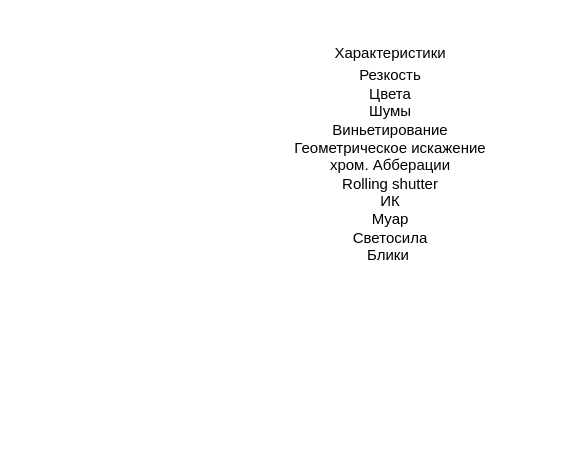
Learn0HTMLJS/Camera_tester_group1 keeps this draw.io diagram as Общая доска.drawio. Above is the earlier version. Source tidied: cells renumbered, new cells numbered last; positions are measured from the earlier drawing's top-left corner, leaving out a move shared by most shapes. Both pictures are drawn from the tidied source at 125%, with x=0, y=0 at pixel (221, 21).
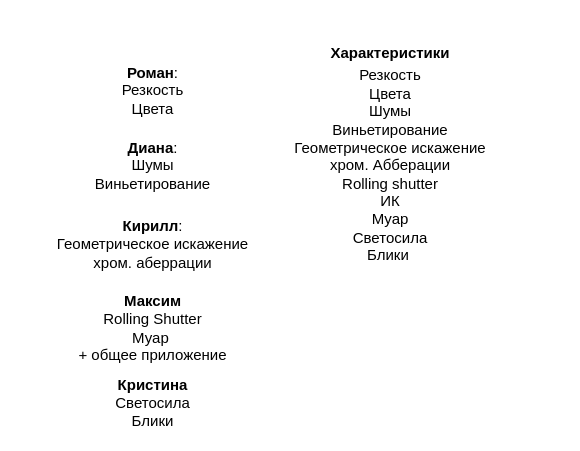
The same page after the edit.

Diff of the diagram source:
```diff
@@
 <mxGraphModel>
   <root>
     <mxCell id="0" />
     <mxCell id="1" parent="0" />
-    <mxCell id="2" value="Характеристики" style="text;html=1;align=center;verticalAlign=middle;whiteSpace=wrap;rounded=0;" parent="1" vertex="1">
+    <mxCell id="2" value="&lt;b&gt;Характеристики&lt;/b&gt;" style="text;html=1;align=center;verticalAlign=middle;whiteSpace=wrap;rounded=0;" parent="1" vertex="1">
       <mxGeometry x="75" y="10" width="120" height="30" as="geometry" />
     </mxCell>
     <mxCell id="3" value="Резкость&lt;div&gt;Цвета&lt;/div&gt;&lt;div&gt;Шумы&lt;/div&gt;&lt;div&gt;Виньетирование&lt;/div&gt;&lt;div&gt;Геометрическое искажение&lt;/div&gt;&lt;div&gt;хром. Абберации&lt;/div&gt;&lt;div&gt;Rolling shutter&lt;/div&gt;&lt;div&gt;ИК&lt;/div&gt;&lt;div&gt;Муар&lt;/div&gt;&lt;div&gt;Светосила&lt;/div&gt;&lt;div&gt;Блики&amp;nbsp;&lt;/div&gt;" style="text;html=1;align=center;verticalAlign=middle;whiteSpace=wrap;rounded=0;" parent="1" vertex="1">
       <mxGeometry width="270" height="230" as="geometry" />
     </mxCell>
+    <mxCell id="4" value="&lt;b&gt;Роман&lt;/b&gt;:&lt;div&gt;Резкость&lt;/div&gt;&lt;div&gt;Цвета&lt;/div&gt;" style="text;html=1;align=center;verticalAlign=middle;whiteSpace=wrap;rounded=0;" parent="1" vertex="1">
+      <mxGeometry x="-85" y="40" width="60" height="30" as="geometry" />
+    </mxCell>
+    <mxCell id="5" value="&lt;b&gt;Диана&lt;/b&gt;:&lt;div&gt;Шумы&lt;/div&gt;&lt;div&gt;Виньетирование&lt;/div&gt;" style="text;html=1;align=center;verticalAlign=middle;whiteSpace=wrap;rounded=0;" parent="1" vertex="1">
+      <mxGeometry x="-85" y="100" width="60" height="30" as="geometry" />
+    </mxCell>
+    <mxCell id="6" value="&lt;b&gt;Кирилл&lt;/b&gt;:&lt;div&gt;Геометрическое искажение&lt;/div&gt;&lt;div&gt;хром. аберрации&lt;/div&gt;&lt;div&gt;&lt;br&gt;&lt;/div&gt;" style="text;html=1;align=center;verticalAlign=middle;whiteSpace=wrap;rounded=0;" parent="1" vertex="1">
+      <mxGeometry x="-145" y="140" width="180" height="90" as="geometry" />
+    </mxCell>
+    <mxCell id="7" value="&lt;b&gt;Максим&lt;/b&gt;&lt;div&gt;Rolling Shutter&lt;/div&gt;&lt;div&gt;Муар&amp;nbsp;&lt;/div&gt;&lt;div&gt;+ общее приложение&lt;/div&gt;" style="text;html=1;align=center;verticalAlign=middle;whiteSpace=wrap;rounded=0;" parent="1" vertex="1">
+      <mxGeometry x="-160" y="230" width="210" height="30" as="geometry" />
+    </mxCell>
+    <mxCell id="8" value="&lt;b&gt;Кристина&lt;/b&gt;&lt;div&gt;Светосила&lt;/div&gt;&lt;div&gt;Блики&lt;/div&gt;" style="text;html=1;align=center;verticalAlign=middle;whiteSpace=wrap;rounded=0;" parent="1" vertex="1">
+      <mxGeometry x="-85" y="290" width="60" height="30" as="geometry" />
+    </mxCell>
   </root>
 </mxGraphModel>
```
